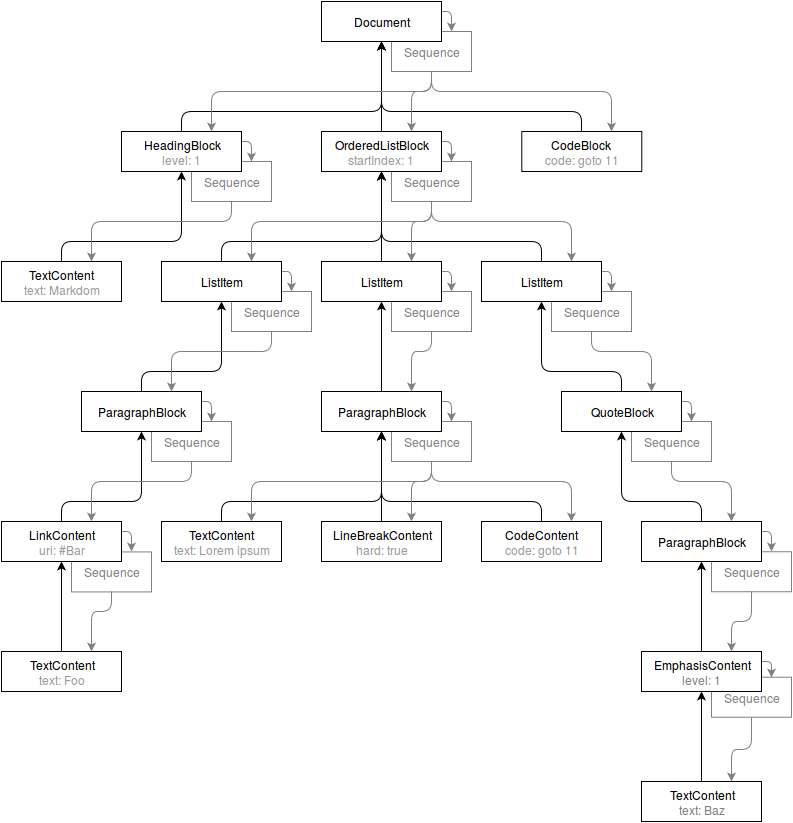
Above: 1.0/resource/markdom-objectgraph.png in markdom/specification (draw.io), before the change. Source tidied: cells renumbered, new cells last; positions are measured from the earlier drawing's top-left corner, leaving out a move shared by most shapes.
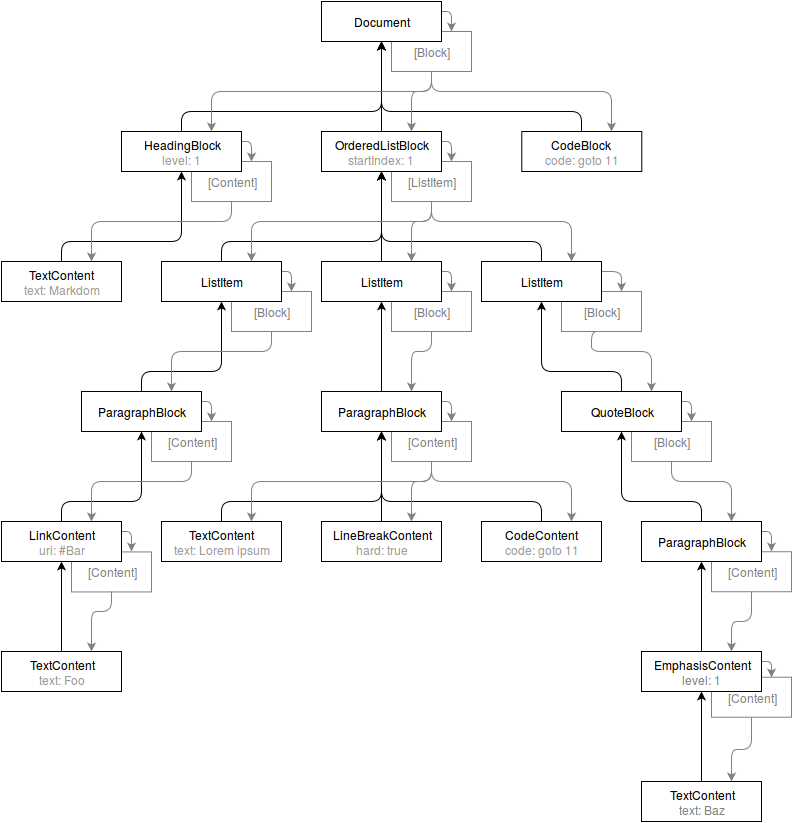
After the commit.

Diff of the diagram source:
```diff
@@ -2,40 +2,40 @@
   <root>
     <mxCell id="0" />
     <mxCell id="1" parent="0" />
-    <mxCell id="2" value="Sequence" style="whiteSpace=wrap;html=1;strokeColor=#808080;fontColor=#808080;" parent="1" vertex="1">
+    <mxCell id="2" value="[Block]" style="whiteSpace=wrap;html=1;strokeColor=#808080;fontColor=#808080;" parent="1" vertex="1">
       <mxGeometry x="390" y="30" width="80" height="40" as="geometry" />
     </mxCell>
-    <mxCell id="3" value="Sequence" style="whiteSpace=wrap;html=1;strokeColor=#808080;fontColor=#808080;" parent="1" vertex="1">
+    <mxCell id="3" value="[ListItem]" style="whiteSpace=wrap;html=1;strokeColor=#808080;fontColor=#808080;" parent="1" vertex="1">
       <mxGeometry x="390" y="160" width="80" height="40" as="geometry" />
     </mxCell>
-    <mxCell id="4" value="Sequence" style="whiteSpace=wrap;html=1;strokeColor=#808080;fontColor=#808080;" parent="1" vertex="1">
+    <mxCell id="4" value="[Content]" style="whiteSpace=wrap;html=1;strokeColor=#808080;fontColor=#808080;" parent="1" vertex="1">
       <mxGeometry x="190" y="160" width="80" height="40" as="geometry" />
     </mxCell>
-    <mxCell id="5" value="Sequence" style="whiteSpace=wrap;html=1;strokeColor=#808080;fontColor=#808080;" parent="1" vertex="1">
+    <mxCell id="5" value="[Block]" style="whiteSpace=wrap;html=1;strokeColor=#808080;fontColor=#808080;" parent="1" vertex="1">
       <mxGeometry x="230" y="290" width="80" height="40" as="geometry" />
     </mxCell>
-    <mxCell id="6" value="Sequence" style="whiteSpace=wrap;html=1;strokeColor=#808080;fontColor=#808080;" parent="1" vertex="1">
+    <mxCell id="6" value="[Block]" style="whiteSpace=wrap;html=1;strokeColor=#808080;fontColor=#808080;" parent="1" vertex="1">
       <mxGeometry x="390" y="290" width="80" height="40" as="geometry" />
     </mxCell>
-    <mxCell id="7" value="Sequence" style="whiteSpace=wrap;html=1;strokeColor=#808080;fontColor=#808080;" parent="1" vertex="1">
-      <mxGeometry x="550" y="290" width="80" height="40" as="geometry" />
+    <mxCell id="7" value="[Block]" style="whiteSpace=wrap;html=1;strokeColor=#808080;fontColor=#808080;" parent="1" vertex="1">
+      <mxGeometry x="560" y="290" width="80" height="40" as="geometry" />
     </mxCell>
-    <mxCell id="8" value="Sequence" style="whiteSpace=wrap;html=1;strokeColor=#808080;fontColor=#808080;" parent="1" vertex="1">
+    <mxCell id="8" value="[Content]" style="whiteSpace=wrap;html=1;strokeColor=#808080;fontColor=#808080;" parent="1" vertex="1">
       <mxGeometry x="710" y="675.7" width="80" height="40" as="geometry" />
     </mxCell>
-    <mxCell id="9" value="Sequence" style="whiteSpace=wrap;html=1;strokeColor=#808080;fontColor=#808080;" parent="1" vertex="1">
+    <mxCell id="9" value="[Content]" style="whiteSpace=wrap;html=1;strokeColor=#808080;fontColor=#808080;" parent="1" vertex="1">
       <mxGeometry x="710" y="550.2" width="80" height="40" as="geometry" />
     </mxCell>
-    <mxCell id="10" value="Sequence" style="whiteSpace=wrap;html=1;strokeColor=#808080;fontColor=#808080;" parent="1" vertex="1">
+    <mxCell id="10" value="[Block]" style="whiteSpace=wrap;html=1;strokeColor=#808080;fontColor=#808080;" parent="1" vertex="1">
       <mxGeometry x="630" y="420" width="80" height="40" as="geometry" />
     </mxCell>
-    <mxCell id="11" value="Sequence" style="whiteSpace=wrap;html=1;strokeColor=#808080;fontColor=#808080;" parent="1" vertex="1">
+    <mxCell id="11" value="[Content]" style="whiteSpace=wrap;html=1;strokeColor=#808080;fontColor=#808080;" parent="1" vertex="1">
       <mxGeometry x="390" y="420" width="80" height="40" as="geometry" />
     </mxCell>
-    <mxCell id="12" value="Sequence" style="whiteSpace=wrap;html=1;strokeColor=#808080;fontColor=#808080;" parent="1" vertex="1">
+    <mxCell id="12" value="[Content]" style="whiteSpace=wrap;html=1;strokeColor=#808080;fontColor=#808080;" parent="1" vertex="1">
       <mxGeometry x="150" y="420" width="80" height="40" as="geometry" />
     </mxCell>
-    <mxCell id="13" value="Sequence" style="whiteSpace=wrap;html=1;strokeColor=#808080;fontColor=#808080;" parent="1" vertex="1">
+    <mxCell id="13" value="[Content]" style="whiteSpace=wrap;html=1;strokeColor=#808080;fontColor=#808080;" parent="1" vertex="1">
       <mxGeometry x="70" y="550.4" width="80" height="40" as="geometry" />
     </mxCell>
     <mxCell id="14" style="edgeStyle=orthogonalEdgeStyle;rounded=1;html=1;exitX=1;exitY=0.25;entryX=0.75;entryY=0;startArrow=none;startFill=0;endArrow=classic;endFill=1;jettySize=auto;strokeColor=#808080;strokeWidth=1;fontSize=10;fontColor=#333333;" parent="1" edge="1" source="15" target="2">
```
